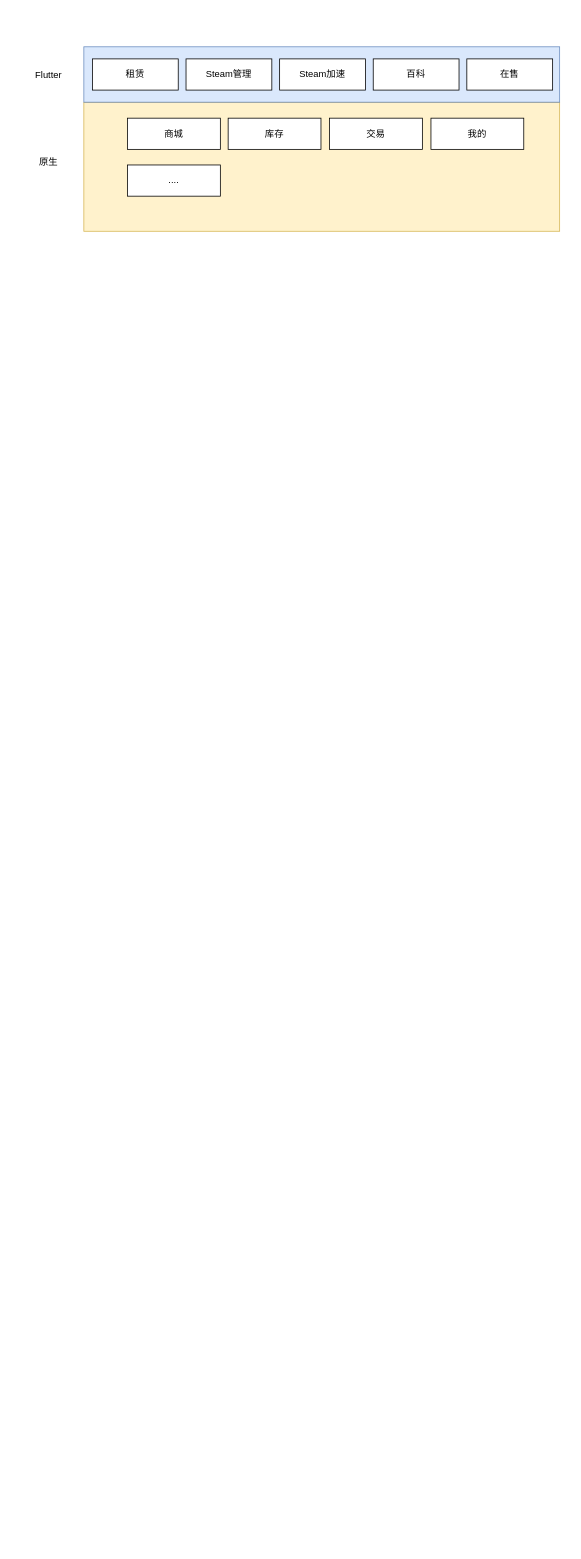
This is C5Game.drawio from LailaiMaster/cloud, a draw.io file, before an edit. Source tidied: cells renumbered, new cells numbered last; positions are measured from the earlier drawing's top-left corner, leaving out a move shared by most shapes. Both pictures are drawn from the tidied source at 78%, with x=0, y=0 at pixel (21, 46).
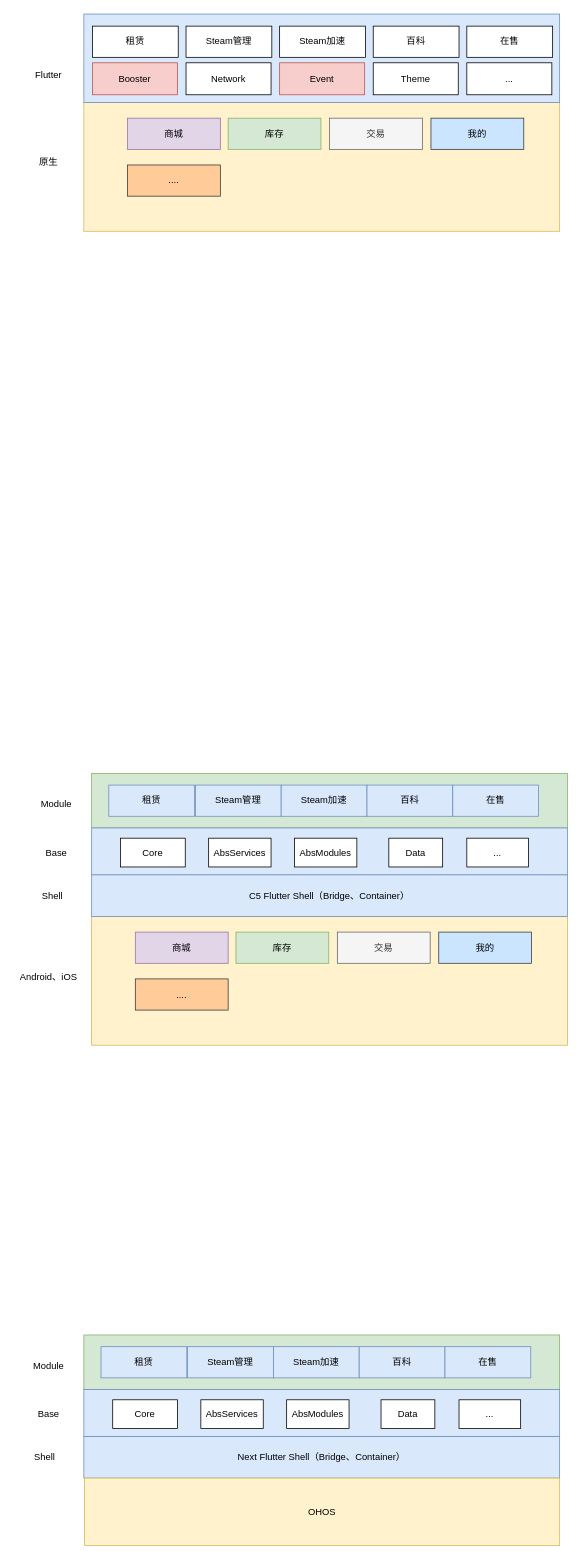
The same page after the edit.

The edit, as a diff of the source:
```diff
@@
+    <mxCell id="16" style="rounded=0;whiteSpace=wrap;html=1;fillColor=#d5e8d4;strokeColor=#82b366;" parent="1" vertex="1">
+      <mxGeometry x="90" y="932" width="610" height="70" as="geometry" />
+    </mxCell>
@@
     <mxCell id="3" style="rounded=0;whiteSpace=wrap;html=1;fillColor=#dae8fc;strokeColor=#6c8ebf;" parent="1" vertex="1">
-      <mxGeometry x="80" y="0.5" width="610" height="71" as="geometry" />
+      <mxGeometry x="80" y="-41.5" width="610" height="113.5" as="geometry" />
     </mxCell>
     <mxCell id="4" value="租赁" style="rounded=0;whiteSpace=wrap;html=1;" parent="1" vertex="1">
-      <mxGeometry x="91" y="16" width="110" height="40" as="geometry" />
+      <mxGeometry x="91" y="-26" width="110" height="40" as="geometry" />
     </mxCell>
     <mxCell id="5" value="Steam管理" style="rounded=0;whiteSpace=wrap;html=1;" parent="1" vertex="1">
-      <mxGeometry x="211" y="16" width="110" height="40" as="geometry" />
+      <mxGeometry x="211" y="-26" width="110" height="40" as="geometry" />
     </mxCell>
     <mxCell id="6" value="Steam加速" style="rounded=0;whiteSpace=wrap;html=1;" parent="1" vertex="1">
-      <mxGeometry x="331" y="16" width="110" height="40" as="geometry" />
+      <mxGeometry x="331" y="-26" width="110" height="40" as="geometry" />
     </mxCell>
     <mxCell id="7" value="百科" style="rounded=0;whiteSpace=wrap;html=1;" parent="1" vertex="1">
-      <mxGeometry x="451" y="16" width="110" height="40" as="geometry" />
+      <mxGeometry x="451" y="-26" width="110" height="40" as="geometry" />
     </mxCell>
     <mxCell id="8" value="在售" style="rounded=0;whiteSpace=wrap;html=1;" parent="1" vertex="1">
-      <mxGeometry x="571" y="16" width="110" height="40" as="geometry" />
+      <mxGeometry x="571" y="-26" width="110" height="40" as="geometry" />
     </mxCell>
-    <mxCell id="9" value="商城" style="rounded=0;whiteSpace=wrap;html=1;" parent="1" vertex="1">
+    <mxCell id="9" value="商城" style="rounded=0;whiteSpace=wrap;html=1;fillColor=#e1d5e7;strokeColor=#9673a6;" parent="1" vertex="1">
       <mxGeometry x="136" y="92" width="119" height="40" as="geometry" />
     </mxCell>
-    <mxCell id="10" value="库存" style="rounded=0;whiteSpace=wrap;html=1;" parent="1" vertex="1">
+    <mxCell id="10" value="库存" style="rounded=0;whiteSpace=wrap;html=1;fillColor=#d5e8d4;strokeColor=#82b366;" parent="1" vertex="1">
       <mxGeometry x="265" y="92" width="119" height="40" as="geometry" />
     </mxCell>
-    <mxCell id="11" value="交易" style="rounded=0;whiteSpace=wrap;html=1;" parent="1" vertex="1">
+    <mxCell id="11" value="交易" style="rounded=0;whiteSpace=wrap;html=1;fillColor=#f5f5f5;fontColor=#333333;strokeColor=#666666;" parent="1" vertex="1">
       <mxGeometry x="395" y="92" width="119" height="40" as="geometry" />
     </mxCell>
-    <mxCell id="12" value="我的" style="rounded=0;whiteSpace=wrap;html=1;" parent="1" vertex="1">
+    <mxCell id="12" value="我的" style="rounded=0;whiteSpace=wrap;html=1;fillColor=#cce5ff;strokeColor=#36393d;" parent="1" vertex="1">
       <mxGeometry x="525" y="92" width="119" height="40" as="geometry" />
     </mxCell>
-    <mxCell id="13" value="...." style="rounded=0;whiteSpace=wrap;html=1;" parent="1" vertex="1">
+    <mxCell id="13" value="...." style="rounded=0;whiteSpace=wrap;html=1;fillColor=#ffcc99;strokeColor=#36393d;" parent="1" vertex="1">
       <mxGeometry x="136" y="152" width="119" height="40" as="geometry" />
     </mxCell>
@@
+    <mxCell id="17" value="Booster" style="rounded=0;whiteSpace=wrap;html=1;fillColor=#f8cecc;strokeColor=#b85450;" parent="1" vertex="1">
+      <mxGeometry x="91" y="21" width="109" height="41" as="geometry" />
+    </mxCell>
+    <mxCell id="18" value="N&lt;span style=&quot;background-color: initial;&quot;&gt;etwork&lt;/span&gt;" style="rounded=0;whiteSpace=wrap;html=1;" parent="1" vertex="1">
+      <mxGeometry x="211" y="21" width="109" height="41" as="geometry" />
+    </mxCell>
+    <mxCell id="19" value="Event" style="rounded=0;whiteSpace=wrap;html=1;fillColor=#f8cecc;strokeColor=#b85450;" parent="1" vertex="1">
+      <mxGeometry x="331" y="21" width="109" height="41" as="geometry" />
+    </mxCell>
+    <mxCell id="20" value="Theme" style="rounded=0;whiteSpace=wrap;html=1;" parent="1" vertex="1">
+      <mxGeometry x="451" y="21" width="109" height="41" as="geometry" />
+    </mxCell>
+    <mxCell id="21" value="..." style="rounded=0;whiteSpace=wrap;html=1;" parent="1" vertex="1">
+      <mxGeometry x="571" y="21" width="109" height="41" as="geometry" />
+    </mxCell>
+    <mxCell id="22" style="rounded=0;whiteSpace=wrap;html=1;fillColor=#fff2cc;strokeColor=#d6b656;" parent="1" vertex="1">
+      <mxGeometry x="90" y="1115.5" width="610" height="165" as="geometry" />
+    </mxCell>
+    <mxCell id="23" value="C5 Flutter Shell（Bridge、Container）" style="rounded=0;whiteSpace=wrap;html=1;fillColor=#dae8fc;strokeColor=#6c8ebf;" parent="1" vertex="1">
+      <mxGeometry x="90" y="1062" width="610" height="53.5" as="geometry" />
+    </mxCell>
+    <mxCell id="24" value="租赁" style="rounded=0;whiteSpace=wrap;html=1;fillColor=#dae8fc;strokeColor=#6c8ebf;" parent="1" vertex="1">
+      <mxGeometry x="112" y="947" width="110" height="40" as="geometry" />
+    </mxCell>
+    <mxCell id="25" value="Steam管理" style="rounded=0;whiteSpace=wrap;html=1;fillColor=#dae8fc;strokeColor=#6c8ebf;" parent="1" vertex="1">
+      <mxGeometry x="223" y="947" width="110" height="40" as="geometry" />
+    </mxCell>
+    <mxCell id="26" value="Steam加速" style="rounded=0;whiteSpace=wrap;html=1;fillColor=#dae8fc;strokeColor=#6c8ebf;" parent="1" vertex="1">
+      <mxGeometry x="333" y="947" width="110" height="40" as="geometry" />
+    </mxCell>
+    <mxCell id="27" value="百科" style="rounded=0;whiteSpace=wrap;html=1;fillColor=#dae8fc;strokeColor=#6c8ebf;" parent="1" vertex="1">
+      <mxGeometry x="443" y="947" width="110" height="40" as="geometry" />
+    </mxCell>
+    <mxCell id="28" value="在售" style="rounded=0;whiteSpace=wrap;html=1;fillColor=#dae8fc;strokeColor=#6c8ebf;" parent="1" vertex="1">
+      <mxGeometry x="553" y="947" width="110" height="40" as="geometry" />
+    </mxCell>
+    <mxCell id="29" value="商城" style="rounded=0;whiteSpace=wrap;html=1;fillColor=#e1d5e7;strokeColor=#9673a6;" parent="1" vertex="1">
+      <mxGeometry x="146" y="1135.5" width="119" height="40" as="geometry" />
+    </mxCell>
+    <mxCell id="30" value="库存" style="rounded=0;whiteSpace=wrap;html=1;fillColor=#d5e8d4;strokeColor=#82b366;" parent="1" vertex="1">
+      <mxGeometry x="275" y="1135.5" width="119" height="40" as="geometry" />
+    </mxCell>
+    <mxCell id="31" value="交易" style="rounded=0;whiteSpace=wrap;html=1;fillColor=#f5f5f5;fontColor=#333333;strokeColor=#666666;" parent="1" vertex="1">
+      <mxGeometry x="405" y="1135.5" width="119" height="40" as="geometry" />
+    </mxCell>
+    <mxCell id="32" value="我的" style="rounded=0;whiteSpace=wrap;html=1;fillColor=#cce5ff;strokeColor=#36393d;" parent="1" vertex="1">
+      <mxGeometry x="535" y="1135.5" width="119" height="40" as="geometry" />
+    </mxCell>
+    <mxCell id="33" value="...." style="rounded=0;whiteSpace=wrap;html=1;fillColor=#ffcc99;strokeColor=#36393d;" parent="1" vertex="1">
+      <mxGeometry x="146" y="1195.5" width="119" height="40" as="geometry" />
+    </mxCell>
+    <mxCell id="34" value="Android、iOS" style="text;html=1;align=center;verticalAlign=middle;whiteSpace=wrap;rounded=0;" parent="1" vertex="1">
+      <mxGeometry x="-10" y="1175.5" width="90" height="36.5" as="geometry" />
+    </mxCell>
+    <mxCell id="35" style="rounded=0;whiteSpace=wrap;html=1;fillColor=#dae8fc;strokeColor=#6c8ebf;" parent="1" vertex="1">
+      <mxGeometry x="90" y="1002" width="610" height="60" as="geometry" />
+    </mxCell>
+    <mxCell id="36" value="Core" style="rounded=0;whiteSpace=wrap;html=1;" parent="1" vertex="1">
+      <mxGeometry x="127" y="1015.1" width="83" height="36.9" as="geometry" />
+    </mxCell>
+    <mxCell id="37" value="AbsServices" style="rounded=0;whiteSpace=wrap;html=1;" parent="1" vertex="1">
+      <mxGeometry x="240" y="1015.1" width="80" height="36.9" as="geometry" />
+    </mxCell>
+    <mxCell id="38" value="AbsModules" style="rounded=0;whiteSpace=wrap;html=1;" parent="1" vertex="1">
+      <mxGeometry x="350" y="1015.1" width="80" height="36.9" as="geometry" />
+    </mxCell>
+    <mxCell id="39" value="Data" style="rounded=0;whiteSpace=wrap;html=1;" parent="1" vertex="1">
+      <mxGeometry x="471" y="1015.1" width="69" height="36.9" as="geometry" />
+    </mxCell>
+    <mxCell id="40" value="..." style="rounded=0;whiteSpace=wrap;html=1;" parent="1" vertex="1">
+      <mxGeometry x="571" y="1015.1" width="79" height="36.9" as="geometry" />
+    </mxCell>
+    <mxCell id="41" value="Base" style="text;html=1;align=center;verticalAlign=middle;whiteSpace=wrap;rounded=0;" parent="1" vertex="1">
+      <mxGeometry x="15" y="1018.9" width="60" height="30" as="geometry" />
+    </mxCell>
+    <mxCell id="42" value="Module" style="text;html=1;align=center;verticalAlign=middle;whiteSpace=wrap;rounded=0;" parent="1" vertex="1">
+      <mxGeometry x="15" y="957" width="60" height="30" as="geometry" />
+    </mxCell>
+    <mxCell id="43" value="Shell" style="text;html=1;align=center;verticalAlign=middle;whiteSpace=wrap;rounded=0;" parent="1" vertex="1">
+      <mxGeometry x="10" y="1073.8" width="60" height="30" as="geometry" />
+    </mxCell>
+    <mxCell id="44" style="rounded=0;whiteSpace=wrap;html=1;fillColor=#d5e8d4;strokeColor=#82b366;" parent="1" vertex="1">
+      <mxGeometry x="80" y="1652" width="610" height="70" as="geometry" />
+    </mxCell>
+    <mxCell id="45" value="Next Flutter Shell（Bridge、Container）" style="rounded=0;whiteSpace=wrap;html=1;fillColor=#dae8fc;strokeColor=#6c8ebf;" parent="1" vertex="1">
+      <mxGeometry x="80" y="1782" width="610" height="53.5" as="geometry" />
+    </mxCell>
+    <mxCell id="46" value="租赁" style="rounded=0;whiteSpace=wrap;html=1;fillColor=#dae8fc;strokeColor=#6c8ebf;" parent="1" vertex="1">
+      <mxGeometry x="102" y="1667" width="110" height="40" as="geometry" />
+    </mxCell>
+    <mxCell id="47" value="Steam管理" style="rounded=0;whiteSpace=wrap;html=1;fillColor=#dae8fc;strokeColor=#6c8ebf;" parent="1" vertex="1">
+      <mxGeometry x="213" y="1667" width="110" height="40" as="geometry" />
+    </mxCell>
+    <mxCell id="48" value="Steam加速" style="rounded=0;whiteSpace=wrap;html=1;fillColor=#dae8fc;strokeColor=#6c8ebf;" parent="1" vertex="1">
+      <mxGeometry x="323" y="1667" width="110" height="40" as="geometry" />
+    </mxCell>
+    <mxCell id="49" value="百科" style="rounded=0;whiteSpace=wrap;html=1;fillColor=#dae8fc;strokeColor=#6c8ebf;" parent="1" vertex="1">
+      <mxGeometry x="433" y="1667" width="110" height="40" as="geometry" />
+    </mxCell>
+    <mxCell id="50" value="在售" style="rounded=0;whiteSpace=wrap;html=1;fillColor=#dae8fc;strokeColor=#6c8ebf;" parent="1" vertex="1">
+      <mxGeometry x="543" y="1667" width="110" height="40" as="geometry" />
+    </mxCell>
+    <mxCell id="51" style="rounded=0;whiteSpace=wrap;html=1;fillColor=#dae8fc;strokeColor=#6c8ebf;" parent="1" vertex="1">
+      <mxGeometry x="80" y="1722" width="610" height="60" as="geometry" />
+    </mxCell>
+    <mxCell id="52" value="Core" style="rounded=0;whiteSpace=wrap;html=1;" parent="1" vertex="1">
+      <mxGeometry x="117" y="1735.1" width="83" height="36.9" as="geometry" />
+    </mxCell>
+    <mxCell id="53" value="AbsServices" style="rounded=0;whiteSpace=wrap;html=1;" parent="1" vertex="1">
+      <mxGeometry x="230" y="1735.1" width="80" height="36.9" as="geometry" />
+    </mxCell>
+    <mxCell id="54" value="AbsModules" style="rounded=0;whiteSpace=wrap;html=1;" parent="1" vertex="1">
+      <mxGeometry x="340" y="1735.1" width="80" height="36.9" as="geometry" />
+    </mxCell>
+    <mxCell id="55" value="Data" style="rounded=0;whiteSpace=wrap;html=1;" parent="1" vertex="1">
+      <mxGeometry x="461" y="1735.1" width="69" height="36.9" as="geometry" />
+    </mxCell>
+    <mxCell id="56" value="..." style="rounded=0;whiteSpace=wrap;html=1;" parent="1" vertex="1">
+      <mxGeometry x="561" y="1735.1" width="79" height="36.9" as="geometry" />
+    </mxCell>
+    <mxCell id="57" value="Base" style="text;html=1;align=center;verticalAlign=middle;whiteSpace=wrap;rounded=0;" parent="1" vertex="1">
+      <mxGeometry x="5" y="1738.9" width="60" height="30" as="geometry" />
+    </mxCell>
+    <mxCell id="58" value="Module" style="text;html=1;align=center;verticalAlign=middle;whiteSpace=wrap;rounded=0;" parent="1" vertex="1">
+      <mxGeometry x="5" y="1677" width="60" height="30" as="geometry" />
+    </mxCell>
+    <mxCell id="59" value="Shell" style="text;html=1;align=center;verticalAlign=middle;whiteSpace=wrap;rounded=0;" parent="1" vertex="1">
+      <mxGeometry y="1793.8" width="60" height="30" as="geometry" />
+    </mxCell>
+    <mxCell id="60" value="OHOS" style="rounded=0;whiteSpace=wrap;html=1;fillColor=#fff2cc;strokeColor=#d6b656;" parent="1" vertex="1">
+      <mxGeometry x="81" y="1835.5" width="609" height="86.5" as="geometry" />
+    </mxCell>
```
